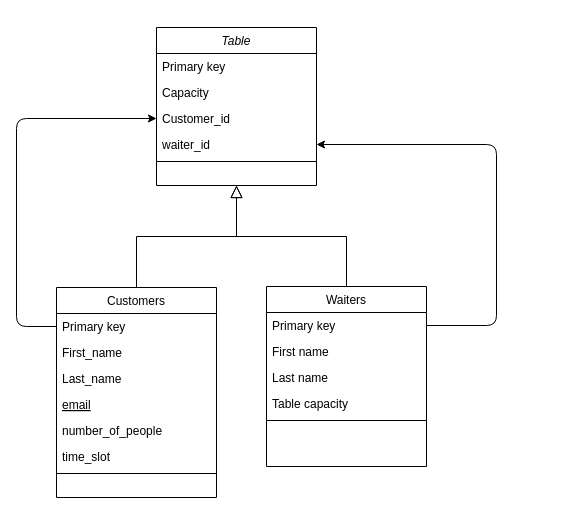
MikhailGorbunov/ProjectRestaurantWebsite keeps this draw.io diagram as Project1.drawio. Above is the earlier version. Source tidied: cells renumbered, new cells numbered last; positions are measured from the earlier drawing's top-left corner, leaving out a move shared by most shapes. Both pictures are drawn from the tidied source at 100%, with x=0, y=0 at pixel (16, 27).
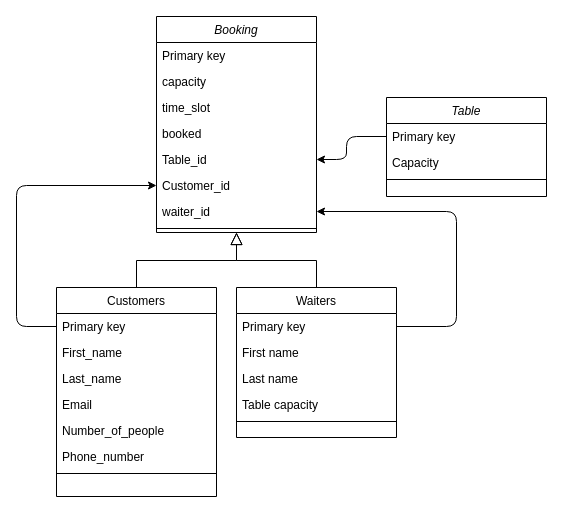
The same page after the edit.

The change refers to these unchanged cells:
```xml
<mxCell id="9" value="Primary key" style="text;align=left;verticalAlign=top;spacingLeft=4;spacingRight=4;overflow=hidden;points=[[0,0.5],[1,0.5]];portConstraint=eastwest;" parent="8" vertex="1">
  <mxGeometry y="26" width="160" height="26" as="geometry" />
</mxCell>
<mxCell id="18" value="Primary key" style="text;align=left;verticalAlign=top;spacingLeft=4;spacingRight=4;overflow=hidden;points=[[0,0.5],[1,0.5]];portConstraint=eastwest;" parent="17" vertex="1">
  <mxGeometry y="26" width="160" height="26" as="geometry" />
</mxCell>
```

Diff of the diagram source:
```diff
@@
-    <mxCell id="2" value="Table" style="swimlane;fontStyle=2;align=center;verticalAlign=top;horizontal=1;startSize=26;rounded=0;shadow=0;strokeWidth=1;" parent="1" vertex="1">
-      <mxGeometry x="140" width="160" height="158" as="geometry" />
+    <mxCell id="2" value="Booking" style="swimlane;fontStyle=2;align=center;verticalAlign=top;horizontal=1;startSize=26;rounded=0;shadow=0;strokeWidth=1;" parent="1" vertex="1">
+      <mxGeometry x="140" y="-11" width="160" height="216" as="geometry" />
     </mxCell>
@@
+    <mxCell id="26" value="capacity" style="text;align=left;verticalAlign=top;spacingLeft=4;spacingRight=4;overflow=hidden;" parent="2" vertex="1">
+      <mxGeometry y="52" width="160" height="26" as="geometry" />
+    </mxCell>
+    <mxCell id="14" value="time_slot" style="text;align=left;verticalAlign=top;spacingLeft=4;spacingRight=4;overflow=hidden;" parent="2" vertex="1">
+      <mxGeometry y="78" width="160" height="26" as="geometry" />
+    </mxCell>
+    <mxCell id="27" value="booked" style="text;align=left;verticalAlign=top;spacingLeft=4;spacingRight=4;overflow=hidden;" parent="2" vertex="1">
+      <mxGeometry y="104" width="160" height="26" as="geometry" />
+    </mxCell>
-    <mxCell id="4" value="Capacity" style="text;align=left;verticalAlign=top;spacingLeft=4;spacingRight=4;overflow=hidden;points=[[0,0.5],[1,0.5]];portConstraint=eastwest;rounded=0;shadow=0;html=0;" parent="2" vertex="1">
-      <mxGeometry y="52" width="160" height="26" as="geometry" />
+    <mxCell id="4" value="Table_id" style="text;align=left;verticalAlign=top;spacingLeft=4;spacingRight=4;overflow=hidden;points=[[0,0.5],[1,0.5]];portConstraint=eastwest;rounded=0;shadow=0;html=0;" parent="2" vertex="1">
+      <mxGeometry y="130" width="160" height="26" as="geometry" />
     </mxCell>
     <mxCell id="5" value="Customer_id" style="text;align=left;verticalAlign=top;spacingLeft=4;spacingRight=4;overflow=hidden;points=[[0,0.5],[1,0.5]];portConstraint=eastwest;rounded=0;shadow=0;html=0;" parent="2" vertex="1">
-      <mxGeometry y="78" width="160" height="26" as="geometry" />
+      <mxGeometry y="156" width="160" height="26" as="geometry" />
     </mxCell>
     <mxCell id="6" value="waiter_id" style="text;align=left;verticalAlign=top;spacingLeft=4;spacingRight=4;overflow=hidden;points=[[0,0.5],[1,0.5]];portConstraint=eastwest;" parent="2" vertex="1">
-      <mxGeometry y="104" width="160" height="26" as="geometry" />
+      <mxGeometry y="182" width="160" height="26" as="geometry" />
     </mxCell>
     <mxCell id="7" style="line;html=1;strokeWidth=1;align=left;verticalAlign=middle;spacingTop=-1;spacingLeft=3;spacingRight=3;labelPosition=right;" parent="2" vertex="1">
-      <mxGeometry y="130" width="160" height="8" as="geometry" />
+      <mxGeometry y="208" width="160" height="8" as="geometry" />
     </mxCell>
     <mxCell id="8" value="Customers" style="swimlane;fontStyle=0;align=center;verticalAlign=top;horizontal=1;startSize=26;rounded=0;shadow=0;strokeWidth=1;" parent="1" vertex="1">
-      <mxGeometry x="40" y="260" width="160" height="210" as="geometry" />
+      <mxGeometry x="40" y="260" width="160" height="209" as="geometry" />
     </mxCell>
@@
-    <mxCell id="12" value="email" style="text;align=left;verticalAlign=top;spacingLeft=4;spacingRight=4;overflow=hidden;fontStyle=4;" parent="8" vertex="1">
+    <mxCell id="12" value="Email" style="text;align=left;verticalAlign=top;spacingLeft=4;spacingRight=4;overflow=hidden;fontStyle=0;" parent="8" vertex="1">
       <mxGeometry y="104" width="160" height="26" as="geometry" />
     </mxCell>
-    <mxCell id="13" value="number_of_people" style="text;align=left;verticalAlign=top;spacingLeft=4;spacingRight=4;overflow=hidden;rounded=0;shadow=0;html=0;" parent="8" vertex="1">
+    <mxCell id="13" value="Number_of_people" style="text;align=left;verticalAlign=top;spacingLeft=4;spacingRight=4;overflow=hidden;rounded=0;shadow=0;html=0;" parent="8" vertex="1">
       <mxGeometry y="130" width="160" height="26" as="geometry" />
     </mxCell>
-    <mxCell id="14" value="time_slot" style="text;align=left;verticalAlign=top;spacingLeft=4;spacingRight=4;overflow=hidden;rounded=0;shadow=0;html=0;" parent="8" vertex="1">
-      <mxGeometry y="156" width="160" height="26" as="geometry" />
-    </mxCell>
+    <mxCell id="28" value="Phone_number" style="text;align=left;verticalAlign=top;spacingLeft=4;spacingRight=4;overflow=hidden;rounded=0;shadow=0;html=0;" parent="8" vertex="1">
+      <mxGeometry y="156" width="160" height="26" as="geometry" />
+    </mxCell>
@@
     <mxCell id="17" value="Waiters" style="swimlane;fontStyle=0;align=center;verticalAlign=top;horizontal=1;startSize=26;rounded=0;shadow=0;strokeWidth=1;" parent="1" vertex="1">
-      <mxGeometry x="250" y="259" width="160" height="180" as="geometry" />
+      <mxGeometry x="220" y="260" width="160" height="150" as="geometry" />
     </mxCell>
@@
-    <mxCell id="24" style="endArrow=none;html=1;rounded=1;entryX=0;entryY=0.5;entryDx=0;entryDy=0;exitX=0;exitY=0.5;exitDx=0;exitDy=0;startArrow=classic;startFill=1;strokeColor=default;" parent="1" edge="1" source="5" target="9">
+    <mxCell id="24" style="endArrow=none;html=1;rounded=1;entryX=0;entryY=0.5;entryDx=0;entryDy=0;startArrow=classic;startFill=1;strokeColor=default;exitX=0;exitY=0.5;exitDx=0;exitDy=0;" parent="1" edge="1" source="5" target="9">
       <mxGeometry relative="1" as="geometry">
         <Array as="points">
-          <mxPoint y="91" />
+          <mxPoint y="158" />
           <mxPoint y="299" />
         </Array>
       </mxGeometry>
     </mxCell>
-    <mxCell id="25" style="endArrow=classic;html=1;rounded=1;strokeColor=default;exitX=1;exitY=0.5;exitDx=0;exitDy=0;startArrow=none;startFill=0;endFill=1;" parent="1" edge="1" source="18" target="6">
+    <mxCell id="25" style="endArrow=classic;html=1;rounded=1;strokeColor=default;exitX=1;exitY=0.5;exitDx=0;exitDy=0;startArrow=none;startFill=0;endFill=1;entryX=1;entryY=0.5;entryDx=0;entryDy=0;" parent="1" edge="1" source="18" target="6">
       <mxGeometry relative="1" as="geometry">
         <Array as="points">
-          <mxPoint x="480" y="298" />
-          <mxPoint x="480" y="117" />
+          <mxPoint x="440" y="299" />
+          <mxPoint x="440" y="184" />
         </Array>
       </mxGeometry>
     </mxCell>
+    <mxCell id="29" value="Table" style="swimlane;fontStyle=2;align=center;verticalAlign=top;horizontal=1;startSize=26;rounded=0;shadow=0;strokeWidth=1;" parent="1" vertex="1">
+      <mxGeometry x="370" y="70" width="160" height="99" as="geometry" />
+    </mxCell>
+    <mxCell id="30" value="Primary key" style="text;align=left;verticalAlign=top;spacingLeft=4;spacingRight=4;overflow=hidden;points=[[0,0.5],[1,0.5]];portConstraint=eastwest;" parent="29" vertex="1">
+      <mxGeometry y="26" width="160" height="26" as="geometry" />
+    </mxCell>
+    <mxCell id="31" value="Capacity" style="text;align=left;verticalAlign=top;spacingLeft=4;spacingRight=4;overflow=hidden;rounded=0;shadow=0;html=0;" parent="29" vertex="1">
+      <mxGeometry y="52" width="160" height="26" as="geometry" />
+    </mxCell>
+    <mxCell id="32" style="line;html=1;strokeWidth=1;align=left;verticalAlign=middle;spacingTop=-1;spacingLeft=3;spacingRight=3;labelPosition=right;" parent="29" vertex="1">
+      <mxGeometry y="78" width="160" height="8" as="geometry" />
+    </mxCell>
+    <mxCell id="33" style="endArrow=classic;html=1;entryX=1;entryY=0.5;entryDx=0;entryDy=0;exitX=0;exitY=0.5;exitDx=0;exitDy=0;rounded=1;" parent="1" edge="1" source="30" target="4">
+      <mxGeometry relative="1" as="geometry">
+        <Array as="points">
+          <mxPoint x="330" y="109" />
+          <mxPoint x="330" y="132" />
+        </Array>
+      </mxGeometry>
+    </mxCell>
```
